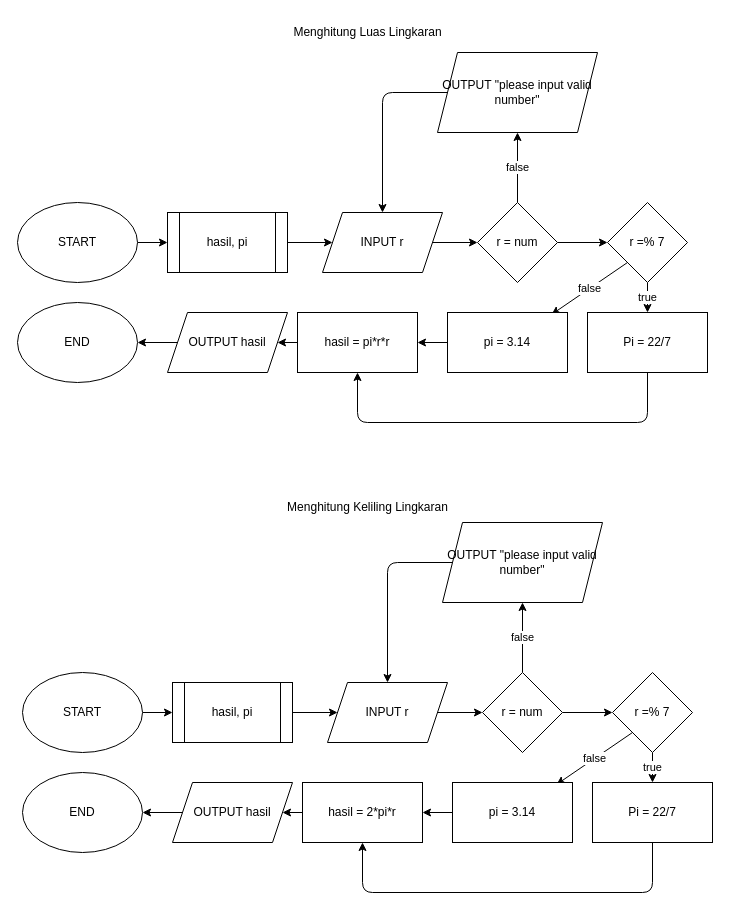
Before: page "Luas dan Keliling Lingkaran" (1 of 2) of 5-flowcart lingkaran & dadu.drawio in patih1/fwg17-computer-science, a draw.io diagram. Source tidied: cells renumbered, new cells numbered last; positions are measured from the earlier drawing's top-left corner, leaving out a move shared by most shapes. Both pictures are drawn from the tidied source at 100%, with x=0, y=0 at pixel (17, 17).
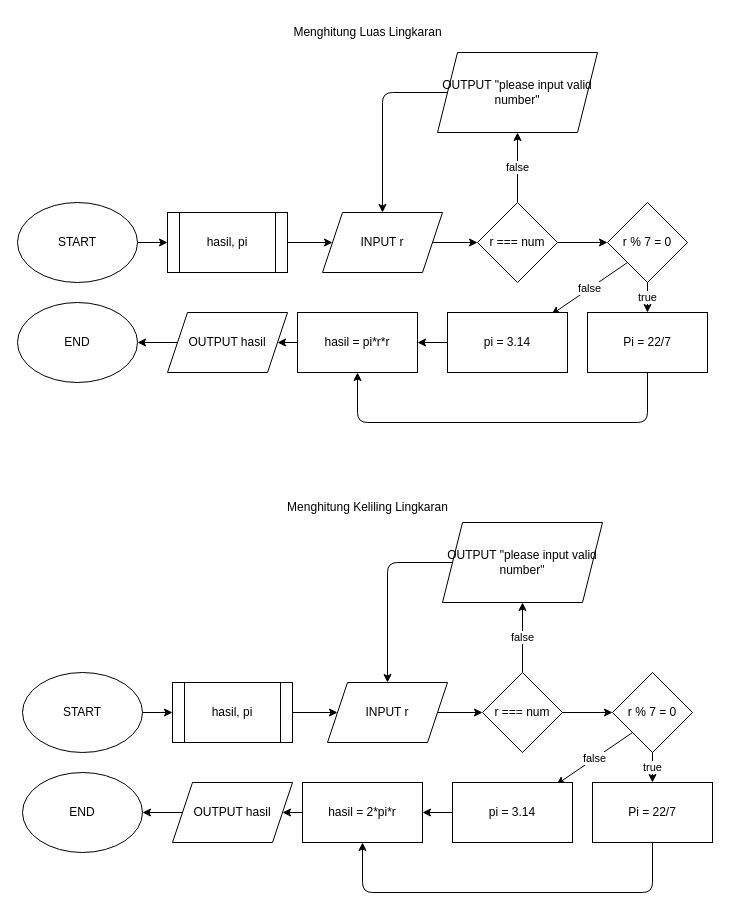
The same page after the edit.

Diff of the diagram source:
```diff
@@
-    <mxCell id="10" value="r = num" style="rhombus;whiteSpace=wrap;html=1;" parent="1" vertex="1">
+    <mxCell id="10" value="r === num" style="rhombus;whiteSpace=wrap;html=1;" parent="1" vertex="1">
       <mxGeometry x="460" y="185" width="80" height="80" as="geometry" />
     </mxCell>
@@
-    <mxCell id="15" value="r =% 7" style="rhombus;whiteSpace=wrap;html=1;" parent="1" vertex="1">
+    <mxCell id="15" value="r % 7 = 0" style="rhombus;whiteSpace=wrap;html=1;" parent="1" vertex="1">
       <mxGeometry x="590" y="185" width="80" height="80" as="geometry" />
     </mxCell>
@@
-    <mxCell id="35" value="r = num" style="rhombus;whiteSpace=wrap;html=1;" parent="1" vertex="1">
+    <mxCell id="35" value="r === num" style="rhombus;whiteSpace=wrap;html=1;" parent="1" vertex="1">
       <mxGeometry x="465" y="655" width="80" height="80" as="geometry" />
     </mxCell>
@@
-    <mxCell id="40" value="r =% 7" style="rhombus;whiteSpace=wrap;html=1;" parent="1" vertex="1">
+    <mxCell id="40" value="r % 7 = 0" style="rhombus;whiteSpace=wrap;html=1;" parent="1" vertex="1">
       <mxGeometry x="595" y="655" width="80" height="80" as="geometry" />
     </mxCell>
```
